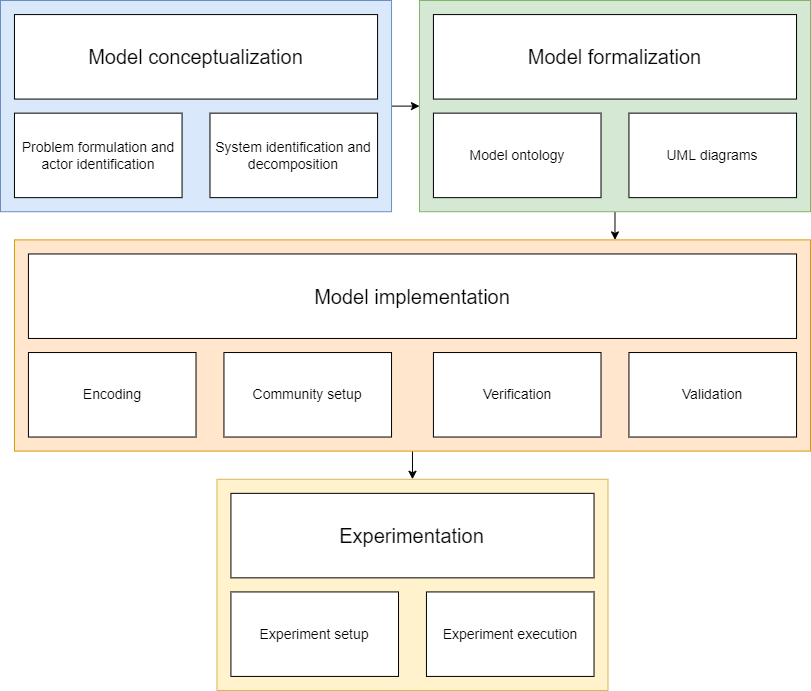
This is images/Model-modelling-steps.drawio.png from SoniAnmol/Modelling-Dutch-Energy-Communities, a draw.io export, as it was before one commit. Source tidied: cells renumbered, new cells last; positions are measured from the earlier drawing's top-left corner, leaving out a move shared by most shapes. The source it was exported from:
```xml
<mxGraphModel>
  <root>
    <mxCell id="0" />
    <mxCell id="1" parent="0" />
    <mxCell id="2" style="edgeStyle=orthogonalEdgeStyle;rounded=0;jettySize=auto;html=1;exitX=1;exitY=0.5;exitDx=0;exitDy=0;entryX=0;entryY=0.5;entryDx=0;entryDy=0;fontSize=14;" parent="1" edge="1" source="9" target="5">
      <mxGeometry relative="1" as="geometry" />
    </mxCell>
    <mxCell id="3" style="rounded=0;jettySize=auto;html=1;exitX=0.5;exitY=1;exitDx=0;exitDy=0;fontSize=14;" parent="1" edge="1" source="5">
      <mxGeometry relative="1" as="geometry">
        <mxPoint x="614.5" y="239.4" as="targetPoint" />
      </mxGeometry>
    </mxCell>
    <mxCell id="4" style="edgeStyle=none;rounded=0;jettySize=auto;html=1;exitX=0.5;exitY=1;exitDx=0;exitDy=0;entryX=0.5;entryY=0;entryDx=0;entryDy=0;fontSize=14;" parent="1" edge="1" source="13" target="19">
      <mxGeometry relative="1" as="geometry" />
    </mxCell>
    <mxCell id="5" style="rounded=0;whiteSpace=wrap;html=1;fillColor=#d5e8d4;strokeColor=#82b366;fontSize=14;" parent="1" vertex="1">
      <mxGeometry x="419" width="391" height="211.2" as="geometry" />
    </mxCell>
    <mxCell id="6" value="Model formalization" style="rounded=0;whiteSpace=wrap;html=1;fontSize=20;" parent="1" vertex="1">
      <mxGeometry x="432.9" y="14.1" width="363.1" height="84.5" as="geometry" />
    </mxCell>
    <mxCell id="7" value="Model ontology" style="rounded=0;whiteSpace=wrap;html=1;fontSize=14;" parent="1" vertex="1">
      <mxGeometry x="432.9" y="112.7" width="167.6" height="84.5" as="geometry" />
    </mxCell>
    <mxCell id="8" value="UML diagrams" style="rounded=0;whiteSpace=wrap;html=1;fontSize=14;" parent="1" vertex="1">
      <mxGeometry x="628.4" y="112.7" width="167.6" height="84.5" as="geometry" />
    </mxCell>
    <mxCell id="9" style="rounded=0;whiteSpace=wrap;html=1;fillColor=#dae8fc;strokeColor=#6c8ebf;fontSize=14;" parent="1" vertex="1">
      <mxGeometry width="391" height="211.2" as="geometry" />
    </mxCell>
    <mxCell id="10" value="Problem formulation and actor identification" style="rounded=0;whiteSpace=wrap;html=1;fontSize=14;" parent="1" vertex="1">
      <mxGeometry x="14" y="112.7" width="167.6" height="84.5" as="geometry" />
    </mxCell>
    <mxCell id="11" value="System identification and decomposition" style="rounded=0;whiteSpace=wrap;html=1;fontSize=14;" parent="1" vertex="1">
      <mxGeometry x="209.5" y="112.7" width="167.6" height="84.5" as="geometry" />
    </mxCell>
    <mxCell id="12" value="&lt;font style=&quot;font-size: 20px;&quot;&gt;Model conceptualization&lt;/font&gt;" style="rounded=0;whiteSpace=wrap;html=1;fontSize=20;" parent="1" vertex="1">
      <mxGeometry x="14" y="14.1" width="363.1" height="84.5" as="geometry" />
    </mxCell>
    <mxCell id="13" style="rounded=0;whiteSpace=wrap;html=1;fillColor=#ffe6cc;strokeColor=#d79b00;fontSize=14;" parent="1" vertex="1">
      <mxGeometry x="14" y="239.4" width="796" height="211.2" as="geometry" />
    </mxCell>
    <mxCell id="14" value="Encoding" style="rounded=0;whiteSpace=wrap;html=1;fontSize=14;" parent="1" vertex="1">
      <mxGeometry x="27.9" y="352" width="167.6" height="84.5" as="geometry" />
    </mxCell>
    <mxCell id="15" value="Community setup" style="rounded=0;whiteSpace=wrap;html=1;fontSize=14;" parent="1" vertex="1">
      <mxGeometry x="223.4" y="352" width="167.6" height="84.5" as="geometry" />
    </mxCell>
    <mxCell id="16" value="Model implementation" style="rounded=0;whiteSpace=wrap;html=1;fontSize=20;" parent="1" vertex="1">
      <mxGeometry x="27.9" y="253.5" width="768.1" height="84.5" as="geometry" />
    </mxCell>
    <mxCell id="17" value="Verification" style="rounded=0;whiteSpace=wrap;html=1;fontSize=14;" parent="1" vertex="1">
      <mxGeometry x="432.9" y="352" width="167.6" height="84.5" as="geometry" />
    </mxCell>
    <mxCell id="18" value="Validation" style="rounded=0;whiteSpace=wrap;html=1;fontSize=14;" parent="1" vertex="1">
      <mxGeometry x="628.4" y="352" width="167.6" height="84.5" as="geometry" />
    </mxCell>
    <mxCell id="19" style="rounded=0;whiteSpace=wrap;html=1;fillColor=#fff2cc;strokeColor=#d6b656;fontSize=14;" parent="1" vertex="1">
      <mxGeometry x="216.5" y="478.8" width="391" height="211.2" as="geometry" />
    </mxCell>
    <mxCell id="20" value="Experiment setup" style="rounded=0;whiteSpace=wrap;html=1;fontSize=14;" parent="1" vertex="1">
      <mxGeometry x="230.4" y="591.4" width="167.6" height="84.5" as="geometry" />
    </mxCell>
    <mxCell id="21" value="Experiment execution" style="rounded=0;whiteSpace=wrap;html=1;fontSize=14;" parent="1" vertex="1">
      <mxGeometry x="425.9" y="591.4" width="167.6" height="84.5" as="geometry" />
    </mxCell>
    <mxCell id="22" value="Experimentation" style="rounded=0;whiteSpace=wrap;html=1;fontSize=20;" parent="1" vertex="1">
      <mxGeometry x="230.4" y="492.9" width="363.1" height="84.5" as="geometry" />
    </mxCell>
  </root>
</mxGraphModel>
```
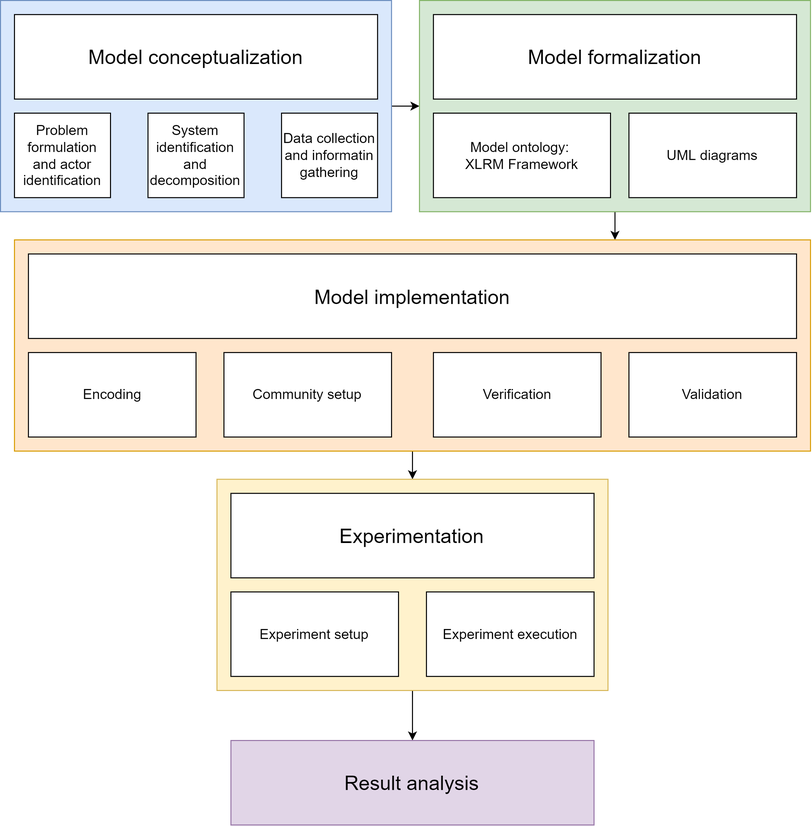
The same diagram one commit later.

What changed in the source:
```diff
@@ -19,8 +19,8 @@
     <mxCell id="6" value="Model formalization" style="rounded=0;whiteSpace=wrap;html=1;fontSize=20;" parent="1" vertex="1">
       <mxGeometry x="432.9" y="14.1" width="363.1" height="84.5" as="geometry" />
     </mxCell>
-    <mxCell id="7" value="Model ontology" style="rounded=0;whiteSpace=wrap;html=1;fontSize=14;" parent="1" vertex="1">
-      <mxGeometry x="432.9" y="112.7" width="167.6" height="84.5" as="geometry" />
+    <mxCell id="7" value="Model ontology: &lt;br&gt;XLRM Framework" style="rounded=0;whiteSpace=wrap;html=1;fontSize=14;" parent="1" vertex="1">
+      <mxGeometry x="432.9" y="112.7" width="177.1" height="84.5" as="geometry" />
     </mxCell>
     <mxCell id="8" value="UML diagrams" style="rounded=0;whiteSpace=wrap;html=1;fontSize=14;" parent="1" vertex="1">
       <mxGeometry x="628.4" y="112.7" width="167.6" height="84.5" as="geometry" />
@@ -29,10 +29,10 @@
       <mxGeometry width="391" height="211.2" as="geometry" />
     </mxCell>
     <mxCell id="10" value="Problem formulation and actor identification" style="rounded=0;whiteSpace=wrap;html=1;fontSize=14;" parent="1" vertex="1">
-      <mxGeometry x="14" y="112.7" width="167.6" height="84.5" as="geometry" />
+      <mxGeometry x="14" y="112.7" width="96" height="84.5" as="geometry" />
     </mxCell>
     <mxCell id="11" value="System identification and decomposition" style="rounded=0;whiteSpace=wrap;html=1;fontSize=14;" parent="1" vertex="1">
-      <mxGeometry x="209.5" y="112.7" width="167.6" height="84.5" as="geometry" />
+      <mxGeometry x="147.5" y="112.7" width="96" height="84.5" as="geometry" />
     </mxCell>
     <mxCell id="12" value="&lt;font style=&quot;font-size: 20px;&quot;&gt;Model conceptualization&lt;/font&gt;" style="rounded=0;whiteSpace=wrap;html=1;fontSize=20;" parent="1" vertex="1">
       <mxGeometry x="14" y="14.1" width="363.1" height="84.5" as="geometry" />
@@ -55,6 +55,9 @@
     <mxCell id="18" value="Validation" style="rounded=0;whiteSpace=wrap;html=1;fontSize=14;" parent="1" vertex="1">
       <mxGeometry x="628.4" y="352" width="167.6" height="84.5" as="geometry" />
     </mxCell>
+    <mxCell id="23" style="edgeStyle=orthogonalEdgeStyle;curved=1;rounded=0;jettySize=auto;html=1;entryX=0.5;entryY=0;entryDx=0;entryDy=0;fontSize=12;" parent="1" edge="1" source="19" target="25">
+      <mxGeometry relative="1" as="geometry" />
+    </mxCell>
     <mxCell id="19" style="rounded=0;whiteSpace=wrap;html=1;fillColor=#fff2cc;strokeColor=#d6b656;fontSize=14;" parent="1" vertex="1">
       <mxGeometry x="216.5" y="478.8" width="391" height="211.2" as="geometry" />
     </mxCell>
@@ -67,5 +70,11 @@
     <mxCell id="22" value="Experimentation" style="rounded=0;whiteSpace=wrap;html=1;fontSize=20;" parent="1" vertex="1">
       <mxGeometry x="230.4" y="492.9" width="363.1" height="84.5" as="geometry" />
     </mxCell>
+    <mxCell id="24" value="Data collection and informatin gathering" style="rounded=0;whiteSpace=wrap;html=1;fontSize=14;" parent="1" vertex="1">
+      <mxGeometry x="281" y="112.7" width="96" height="84.5" as="geometry" />
+    </mxCell>
+    <mxCell id="25" value="Result analysis" style="rounded=0;whiteSpace=wrap;html=1;fontSize=20;fillColor=#e1d5e7;strokeColor=#9673a6;" parent="1" vertex="1">
+      <mxGeometry x="230.4" y="740" width="363.1" height="84.5" as="geometry" />
+    </mxCell>
   </root>
 </mxGraphModel>
```
